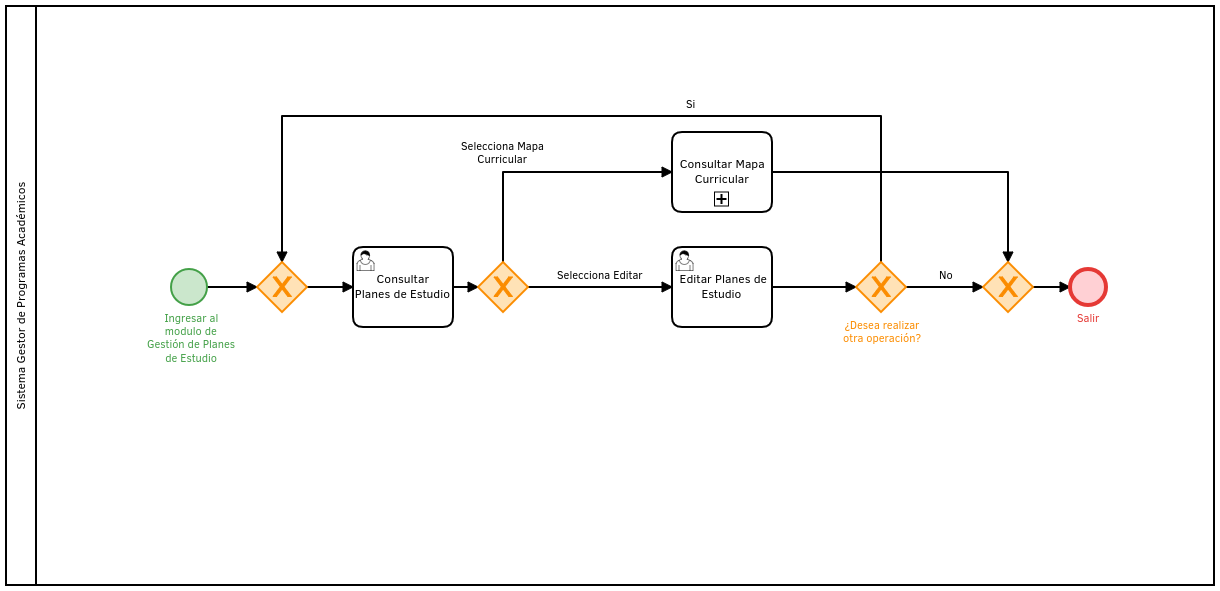
This is Manual de Usuario/Jefe de Innovación Educatva/images/SP4-GPE/gestionPE.png from SoftwareEngineerESCOM/IngSof, a BPMN export, as it was before one commit. Its source is kept beside it as Manual de Usuario/Jefe de Innovación Educatva/images/SP4-GPE/gestionPE.bpmn. Ids are renumbered.
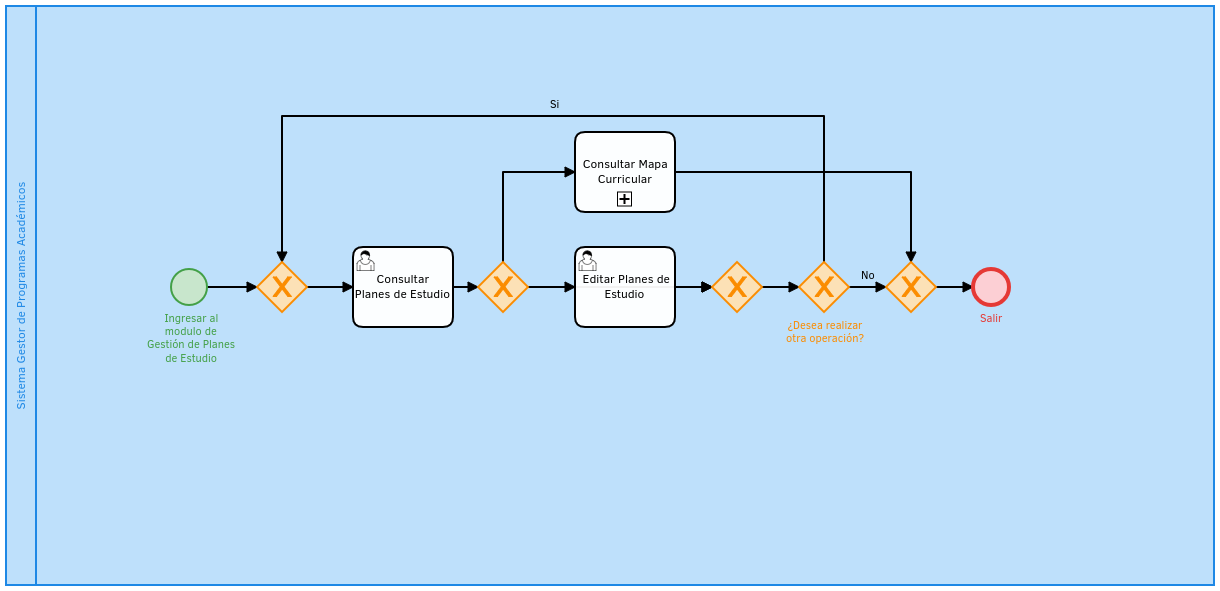
Above is the later version.

What changed in the source:
```diff
@@ -3,58 +3,69 @@
     <bpmn:participant id="Participant_n3" name="Sistema Gestor de Programas Académicos" processRef="Process_1" />
   </bpmn:collaboration>
   <bpmn:process id="Process_1" isExecutable="true">
-    <bpmn:sequenceFlow id="SequenceFlow_n4" sourceRef="ExclusiveGateway_n5" targetRef="EndEvent_n6" />
-    <bpmn:sequenceFlow id="SequenceFlow_n7" sourceRef="Task_n8" targetRef="ExclusiveGateway_n5" />
-    <bpmn:sequenceFlow id="SequenceFlow_n9" name="No" sourceRef="ExclusiveGateway_n10" targetRef="ExclusiveGateway_n5" />
     <bpmn:sequenceFlow id="SequenceFlow_n11" name="Si" sourceRef="ExclusiveGateway_n10" targetRef="ExclusiveGateway_n12" />
     <bpmn:sequenceFlow id="SequenceFlow_n13" sourceRef="StartEvent_1" targetRef="ExclusiveGateway_n12" />
-    <bpmn:sequenceFlow id="SequenceFlow_n14" name="Selecciona Mapa Curricular" sourceRef="ExclusiveGateway_n15" targetRef="Task_n8" />
-    <bpmn:sequenceFlow id="SequenceFlow_n16" name="Selecciona Editar" sourceRef="ExclusiveGateway_n15" targetRef="Task_n17" />
+    <bpmn:startEvent id="StartEvent_1" name="Ingresar al modulo de Gestión de Planes de Estudio">
+      <bpmn:outgoing>SequenceFlow_n13</bpmn:outgoing>
+    </bpmn:startEvent>
+    <bpmn:exclusiveGateway id="ExclusiveGateway_n10" name="¿Desea realizar&#10;otra operación?">
+      <bpmn:incoming>SequenceFlow_n22</bpmn:incoming>
+      <bpmn:outgoing>SequenceFlow_n11</bpmn:outgoing>
+      <bpmn:outgoing>SequenceFlow_n9</bpmn:outgoing>
+    </bpmn:exclusiveGateway>
+    <bpmn:sequenceFlow id="SequenceFlow_n14" sourceRef="ExclusiveGateway_n15" targetRef="Task_n8" />
+    <bpmn:userTask id="Task_n19" name="Consultar&#10;Planes de Estudio">
+      <bpmn:incoming>SequenceFlow_n20</bpmn:incoming>
+      <bpmn:outgoing>SequenceFlow_n18</bpmn:outgoing>
+    </bpmn:userTask>
+    <bpmn:sequenceFlow id="SequenceFlow_n16" sourceRef="ExclusiveGateway_n15" targetRef="Task_n17" />
+    <bpmn:sequenceFlow id="SequenceFlow_n23" sourceRef="ExclusiveGateway_n15" targetRef="ExclusiveGateway_n24" />
+    <bpmn:sequenceFlow id="SequenceFlow_n25" sourceRef="Task_n17" targetRef="ExclusiveGateway_n24" />
+    <bpmn:sequenceFlow id="SequenceFlow_n22" sourceRef="ExclusiveGateway_n24" targetRef="ExclusiveGateway_n10" />
     <bpmn:sequenceFlow id="SequenceFlow_n18" sourceRef="Task_n19" targetRef="ExclusiveGateway_n15" />
     <bpmn:sequenceFlow id="SequenceFlow_n20" sourceRef="ExclusiveGateway_n12" targetRef="Task_n19" />
+    <bpmn:exclusiveGateway id="ExclusiveGateway_n15">
+      <bpmn:incoming>SequenceFlow_n18</bpmn:incoming>
+      <bpmn:outgoing>SequenceFlow_n14</bpmn:outgoing>
+      <bpmn:outgoing>SequenceFlow_n16</bpmn:outgoing>
+      <bpmn:outgoing>SequenceFlow_n23</bpmn:outgoing>
+      <bpmn:outgoing>SequenceFlow_n26</bpmn:outgoing>
+    </bpmn:exclusiveGateway>
     <bpmn:subProcess id="Task_n8" name="Consultar Mapa Curricular">
       <bpmn:incoming>SequenceFlow_n14</bpmn:incoming>
       <bpmn:outgoing>SequenceFlow_n7</bpmn:outgoing>
     </bpmn:subProcess>
+    <bpmn:sequenceFlow id="SequenceFlow_n9" name="No" sourceRef="ExclusiveGateway_n10" targetRef="ExclusiveGateway_n5" />
+    <bpmn:endEvent id="EndEvent_n6" name="Salir">
+      <bpmn:incoming>SequenceFlow_n4</bpmn:incoming>
+    </bpmn:endEvent>
+    <bpmn:sequenceFlow id="SequenceFlow_n4" sourceRef="ExclusiveGateway_n5" targetRef="EndEvent_n6" />
+    <bpmn:sequenceFlow id="SequenceFlow_n7" sourceRef="Task_n8" targetRef="ExclusiveGateway_n5" />
+    <bpmn:userTask id="Task_n17" name=" Editar Planes de Estudio">
+      <bpmn:incoming>SequenceFlow_n16</bpmn:incoming>
+      <bpmn:outgoing>SequenceFlow_n25</bpmn:outgoing>
+    </bpmn:userTask>
+    <bpmn:exclusiveGateway id="ExclusiveGateway_n24">
+      <bpmn:incoming>SequenceFlow_n25</bpmn:incoming>
+      <bpmn:incoming>SequenceFlow_n23</bpmn:incoming>
+      <bpmn:incoming>SequenceFlow_n26</bpmn:incoming>
+      <bpmn:outgoing>SequenceFlow_n22</bpmn:outgoing>
+    </bpmn:exclusiveGateway>
     <bpmn:exclusiveGateway id="ExclusiveGateway_n5">
       <bpmn:incoming>SequenceFlow_n9</bpmn:incoming>
       <bpmn:incoming>SequenceFlow_n7</bpmn:incoming>
       <bpmn:outgoing>SequenceFlow_n4</bpmn:outgoing>
     </bpmn:exclusiveGateway>
-    <bpmn:userTask id="Task_n17" name=" Editar Planes de Estudio">
-      <bpmn:incoming>SequenceFlow_n16</bpmn:incoming>
-      <bpmn:outgoing>SequenceFlow_n21</bpmn:outgoing>
-    </bpmn:userTask>
-    <bpmn:endEvent id="EndEvent_n6" name="Salir">
-      <bpmn:incoming>SequenceFlow_n4</bpmn:incoming>
-    </bpmn:endEvent>
     <bpmn:exclusiveGateway id="ExclusiveGateway_n12">
       <bpmn:incoming>SequenceFlow_n11</bpmn:incoming>
       <bpmn:incoming>SequenceFlow_n13</bpmn:incoming>
       <bpmn:outgoing>SequenceFlow_n20</bpmn:outgoing>
     </bpmn:exclusiveGateway>
-    <bpmn:exclusiveGateway id="ExclusiveGateway_n15">
-      <bpmn:incoming>SequenceFlow_n18</bpmn:incoming>
-      <bpmn:outgoing>SequenceFlow_n14</bpmn:outgoing>
-      <bpmn:outgoing>SequenceFlow_n16</bpmn:outgoing>
-    </bpmn:exclusiveGateway>
-    <bpmn:userTask id="Task_n19" name="Consultar&#10;Planes de Estudio">
-      <bpmn:incoming>SequenceFlow_n20</bpmn:incoming>
-      <bpmn:outgoing>SequenceFlow_n18</bpmn:outgoing>
-    </bpmn:userTask>
-    <bpmn:startEvent id="StartEvent_1" name="Ingresar al modulo de Gestión de Planes de Estudio">
-      <bpmn:outgoing>SequenceFlow_n13</bpmn:outgoing>
-    </bpmn:startEvent>
-    <bpmn:sequenceFlow id="SequenceFlow_n21" sourceRef="Task_n17" targetRef="ExclusiveGateway_n10" />
-    <bpmn:exclusiveGateway id="ExclusiveGateway_n10" name="¿Desea realizar&#10;otra operación?">
-      <bpmn:incoming>SequenceFlow_n21</bpmn:incoming>
-      <bpmn:outgoing>SequenceFlow_n11</bpmn:outgoing>
-      <bpmn:outgoing>SequenceFlow_n9</bpmn:outgoing>
-    </bpmn:exclusiveGateway>
+    <bpmn:sequenceFlow id="SequenceFlow_n26" sourceRef="ExclusiveGateway_n15" targetRef="ExclusiveGateway_n24" />
   </bpmn:process>
   <bpmndi:BPMNDiagram id="BPMNDiagram_1">
     <bpmndi:BPMNPlane id="BPMNPlane_1" bpmnElement="Collaboration_n2">
-      <bpmndi:BPMNShape id="Participant_n3_di" bpmnElement="Participant_n3">
+      <bpmndi:BPMNShape id="Participant_n3_di" bpmnElement="Participant_n3" bioc:stroke="#1E88E5" bioc:fill="#BBDEFB">
         <dc:Bounds x="106" y="-162" width="1208" height="579" />
       </bpmndi:BPMNShape>
       <bpmndi:BPMNShape id="_BPMNShape_StartEvent_2" bpmnElement="StartEvent_1" bioc:stroke="#43A047" bioc:fill="#C8E6C9">
@@ -66,21 +77,18 @@
       <bpmndi:BPMNEdge id="SequenceFlow_n14_di" bpmnElement="SequenceFlow_n14">
         <di:waypoint x="603" y="94" />
         <di:waypoint x="603" y="4" />
-        <di:waypoint x="772" y="4" />
-        <bpmndi:BPMNLabel>
-          <dc:Bounds x="561" y="-28" width="83" height="27" />
-        </bpmndi:BPMNLabel>
+        <di:waypoint x="675" y="4" />
       </bpmndi:BPMNEdge>
       <bpmndi:BPMNShape id="UserTask_1a315aq_di" bpmnElement="Task_n19">
         <dc:Bounds x="453" y="79" width="100" height="80" />
       </bpmndi:BPMNShape>
       <bpmndi:BPMNShape id="UserTask_0ur3yv6_di" bpmnElement="Task_n17">
-        <dc:Bounds x="772" y="79" width="100" height="80" />
+        <dc:Bounds x="675" y="79" width="100" height="80" />
       </bpmndi:BPMNShape>
       <bpmndi:BPMNShape id="ExclusiveGateway_181dui5_di" bpmnElement="ExclusiveGateway_n10" isMarkerVisible="true" bioc:stroke="#FB8C00" bioc:fill="#FFE0B2">
-        <dc:Bounds x="956" y="94" width="50" height="50" />
+        <dc:Bounds x="899" y="94" width="50" height="50" />
         <bpmndi:BPMNLabel>
-          <dc:Bounds x="943" y="151" width="79" height="27" />
+          <dc:Bounds x="886" y="151" width="78" height="27" />
         </bpmndi:BPMNLabel>
       </bpmndi:BPMNShape>
       <bpmndi:BPMNEdge id="SequenceFlow_n13_di" bpmnElement="SequenceFlow_n13">
@@ -88,20 +96,29 @@
         <di:waypoint x="357" y="119" />
       </bpmndi:BPMNEdge>
       <bpmndi:BPMNEdge id="SequenceFlow_n11_di" bpmnElement="SequenceFlow_n11">
-        <di:waypoint x="981" y="94" />
-        <di:waypoint x="981" y="-52" />
+        <di:waypoint x="924" y="94" />
+        <di:waypoint x="924" y="-52" />
         <di:waypoint x="382" y="-52" />
         <di:waypoint x="382" y="94" />
         <bpmndi:BPMNLabel>
-          <dc:Bounds x="786" y="-70" width="9" height="14" />
+          <dc:Bounds x="649" y="-70" width="10" height="14" />
         </bpmndi:BPMNLabel>
       </bpmndi:BPMNEdge>
       <bpmndi:BPMNEdge id="SequenceFlow_n16_di" bpmnElement="SequenceFlow_n16">
         <di:waypoint x="628" y="119" />
-        <di:waypoint x="772" y="119" />
-        <bpmndi:BPMNLabel>
-          <dc:Bounds x="657" y="101" width="87" height="14" />
-        </bpmndi:BPMNLabel>
+        <di:waypoint x="675" y="119" />
+      </bpmndi:BPMNEdge>
+      <bpmndi:BPMNEdge id="SequenceFlow_n23_di" bpmnElement="SequenceFlow_n23">
+        <di:waypoint x="628" y="119" />
+        <di:waypoint x="812" y="119" />
+      </bpmndi:BPMNEdge>
+      <bpmndi:BPMNEdge id="SequenceFlow_n25_di" bpmnElement="SequenceFlow_n25">
+        <di:waypoint x="775" y="119" />
+        <di:waypoint x="812" y="119" />
+      </bpmndi:BPMNEdge>
+      <bpmndi:BPMNEdge id="SequenceFlow_n22_di" bpmnElement="SequenceFlow_n22">
+        <di:waypoint x="862" y="119" />
+        <di:waypoint x="899" y="119" />
       </bpmndi:BPMNEdge>
       <bpmndi:BPMNEdge id="SequenceFlow_n18_di" bpmnElement="SequenceFlow_n18">
         <di:waypoint x="553" y="119" />
@@ -115,39 +132,42 @@
         <dc:Bounds x="578" y="94" width="50" height="50" />
       </bpmndi:BPMNShape>
       <bpmndi:BPMNShape id="SubProcess_1g9wywk_di" bpmnElement="Task_n8">
-        <dc:Bounds x="772" y="-36" width="100" height="80" />
+        <dc:Bounds x="675" y="-36" width="100" height="80" />
       </bpmndi:BPMNShape>
       <bpmndi:BPMNEdge id="SequenceFlow_n9_di" bpmnElement="SequenceFlow_n9">
-        <di:waypoint x="1006" y="119" />
-        <di:waypoint x="1083" y="119" />
+        <di:waypoint x="949" y="119" />
+        <di:waypoint x="986" y="119" />
         <bpmndi:BPMNLabel>
-          <dc:Bounds x="1039" y="101" width="14" height="14" />
+          <dc:Bounds x="960" y="101" width="15" height="14" />
         </bpmndi:BPMNLabel>
       </bpmndi:BPMNEdge>
       <bpmndi:BPMNShape id="EndEvent_n6_di" bpmnElement="EndEvent_n6" bioc:stroke="#E53935" bioc:fill="#FFCDD2">
-        <dc:Bounds x="1170" y="101" width="36" height="36" />
+        <dc:Bounds x="1073" y="101" width="36" height="36" />
         <bpmndi:BPMNLabel>
-          <dc:Bounds x="1177" y="144" width="24" height="14" />
+          <dc:Bounds x="1080" y="144" width="23" height="14" />
         </bpmndi:BPMNLabel>
       </bpmndi:BPMNShape>
       <bpmndi:BPMNEdge id="SequenceFlow_n4_di" bpmnElement="SequenceFlow_n4">
-        <di:waypoint x="1133" y="119" />
-        <di:waypoint x="1170" y="119" />
+        <di:waypoint x="1036" y="119" />
+        <di:waypoint x="1073" y="119" />
       </bpmndi:BPMNEdge>
       <bpmndi:BPMNEdge id="SequenceFlow_n7_di" bpmnElement="SequenceFlow_n7">
-        <di:waypoint x="872" y="4" />
-        <di:waypoint x="1108" y="4" />
-        <di:waypoint x="1108" y="94" />
+        <di:waypoint x="775" y="4" />
+        <di:waypoint x="1011" y="4" />
+        <di:waypoint x="1011" y="94" />
       </bpmndi:BPMNEdge>
+      <bpmndi:BPMNShape id="ExclusiveGateway_0yk9aiy_di" bpmnElement="ExclusiveGateway_n24" isMarkerVisible="true" bioc:stroke="#FB8C00" bioc:fill="#FFE0B2">
+        <dc:Bounds x="812" y="94" width="50" height="50" />
+      </bpmndi:BPMNShape>
       <bpmndi:BPMNShape id="ExclusiveGateway_0mjspwx_di" bpmnElement="ExclusiveGateway_n5" isMarkerVisible="true" bioc:stroke="#FB8C00" bioc:fill="#FFE0B2">
-        <dc:Bounds x="1083" y="94" width="50" height="50" />
+        <dc:Bounds x="986" y="94" width="50" height="50" />
       </bpmndi:BPMNShape>
       <bpmndi:BPMNShape id="ExclusiveGateway_1ohlcmb_di" bpmnElement="ExclusiveGateway_n12" isMarkerVisible="true" bioc:stroke="#FB8C00" bioc:fill="#FFE0B2">
         <dc:Bounds x="357" y="94" width="50" height="50" />
       </bpmndi:BPMNShape>
-      <bpmndi:BPMNEdge id="SequenceFlow_n21_di" bpmnElement="SequenceFlow_n21">
-        <di:waypoint x="872" y="119" />
-        <di:waypoint x="956" y="119" />
+      <bpmndi:BPMNEdge id="SequenceFlow_n26_di" bpmnElement="SequenceFlow_n26">
+        <di:waypoint x="628" y="119" />
+        <di:waypoint x="812" y="119" />
       </bpmndi:BPMNEdge>
     </bpmndi:BPMNPlane>
   </bpmndi:BPMNDiagram>
```
